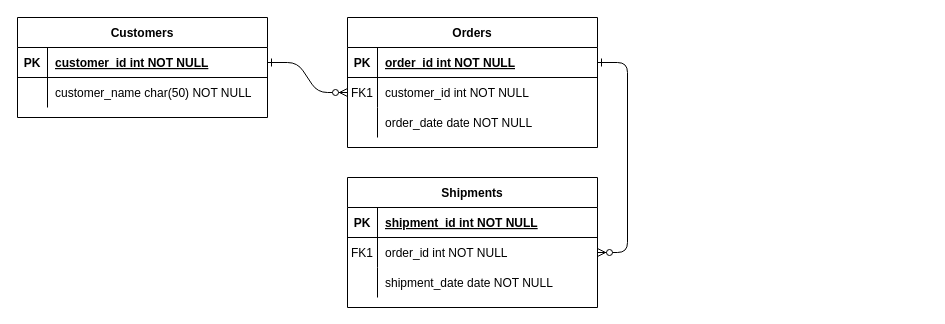
This is Diagrama sem nome.drawio from Filipe-Bacof/diagramas, a draw.io file, before an edit. Source tidied: cells renumbered, new cells numbered last; positions are measured from the earlier drawing's top-left corner, leaving out a move shared by most shapes. Both pictures are drawn from the tidied source at 100%, with x=0, y=0 at pixel (17, 17).
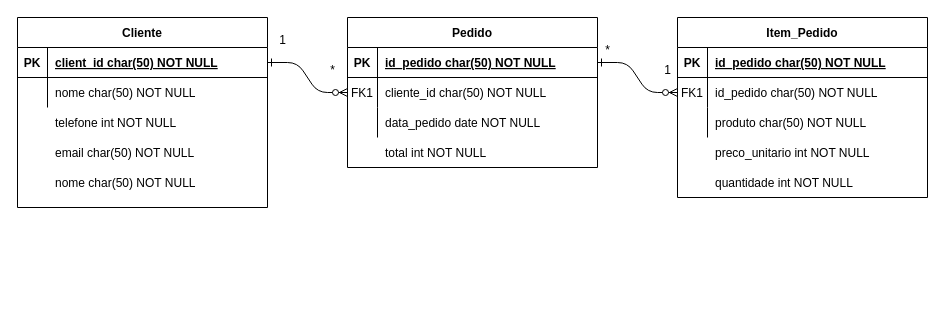
After the change.

The change refers to these unchanged cells:
```xml
<mxCell id="5" style="shape=partialRectangle;fillColor=none;points=[[0,0.5],[1,0.5]];portConstraint=eastwest;top=0;left=0;right=0;bottom=1;" parent="4" vertex="1">
  <mxGeometry y="30" width="250" height="30" as="geometry" />
</mxCell>
<mxCell id="8" style="shape=partialRectangle;fillColor=none;points=[[0,0.5],[1,0.5]];portConstraint=eastwest;top=0;left=0;right=0;bottom=0;" parent="4" vertex="1">
  <mxGeometry y="60" width="250" height="30" as="geometry" />
</mxCell>
<mxCell id="11" style="shape=partialRectangle;fillColor=none;top=0;left=0;right=0;bottom=0;" parent="4" vertex="1">
  <mxGeometry y="90" width="250" height="30" as="geometry" />
</mxCell>
<mxCell id="15" style="shape=partialRectangle;fillColor=none;top=0;left=0;right=0;bottom=1;" parent="14" vertex="1">
  <mxGeometry y="30" width="250" height="30" as="geometry" />
</mxCell>
<mxCell id="18" style="shape=partialRectangle;fillColor=none;points=[[0,0.5],[1,0.5]];portConstraint=eastwest;top=0;left=0;right=0;bottom=0;" parent="14" vertex="1">
  <mxGeometry y="60" width="250" height="30" as="geometry" />
</mxCell>
<mxCell id="21" style="shape=partialRectangle;fillColor=none;top=0;left=0;right=0;bottom=0;" parent="14" vertex="1">
  <mxGeometry y="90" width="250" height="30" as="geometry" />
</mxCell>
<mxCell id="25" style="shape=partialRectangle;fillColor=none;points=[[0,0.5],[1,0.5]];portConstraint=eastwest;top=0;left=0;right=0;bottom=1;" parent="24" vertex="1">
  <mxGeometry y="30" width="250" height="30" as="geometry" />
</mxCell>
<mxCell id="28" style="shape=partialRectangle;fillColor=none;top=0;left=0;right=0;bottom=0;" parent="24" vertex="1">
  <mxGeometry y="60" width="250" height="30" as="geometry" />
</mxCell>
```

Diff of the diagram source:
```diff
@@
-    <mxCell id="4" value="Orders" style="shape=table;startSize=30;childLayout=tableLayout;rowLines=0;fontStyle=1;align=center;" parent="1" vertex="1">
-      <mxGeometry x="330" width="250" height="130" as="geometry" />
+    <mxCell id="4" value="Pedido" style="shape=table;startSize=30;childLayout=tableLayout;rowLines=0;fontStyle=1;align=center;" parent="1" vertex="1">
+      <mxGeometry x="330" width="250" height="150" as="geometry" />
     </mxCell>
@@
-    <mxCell id="7" value="order_id int NOT NULL " style="shape=partialRectangle;overflow=hidden;fillColor=none;top=0;left=0;bottom=0;right=0;align=left;spacingLeft=6;fontStyle=5;" parent="5" vertex="1">
+    <mxCell id="7" value="id_pedido char(50) NOT NULL " style="shape=partialRectangle;overflow=hidden;fillColor=none;top=0;left=0;bottom=0;right=0;align=left;spacingLeft=6;fontStyle=5;" parent="5" vertex="1">
       <mxGeometry x="30" width="220" height="30" as="geometry" />
     </mxCell>
@@
-    <mxCell id="10" value="customer_id int NOT NULL" style="shape=partialRectangle;overflow=hidden;fillColor=none;top=0;left=0;bottom=0;right=0;align=left;spacingLeft=6;" parent="8" vertex="1">
+    <mxCell id="10" value="cliente_id char(50) NOT NULL" style="shape=partialRectangle;overflow=hidden;fillColor=none;top=0;left=0;bottom=0;right=0;align=left;spacingLeft=6;" parent="8" vertex="1">
       <mxGeometry x="30" width="220" height="30" as="geometry" />
     </mxCell>
@@
-    <mxCell id="13" value="order_date date NOT NULL" style="shape=partialRectangle;overflow=hidden;fillColor=none;top=0;left=0;bottom=0;right=0;align=left;spacingLeft=6;" parent="11" vertex="1">
+    <mxCell id="13" value="data_pedido date NOT NULL" style="shape=partialRectangle;overflow=hidden;fillColor=none;top=0;left=0;bottom=0;right=0;align=left;spacingLeft=6;" parent="11" vertex="1">
       <mxGeometry x="30" width="220" height="30" as="geometry" />
     </mxCell>
-    <mxCell id="14" value="Shipments" style="shape=table;startSize=30;childLayout=tableLayout;rowLines=0;fontStyle=1;align=center;" parent="1" vertex="1">
-      <mxGeometry x="330" y="160" width="250" height="130" as="geometry" />
+    <mxCell id="14" value="Item_Pedido" style="shape=table;startSize=30;childLayout=tableLayout;rowLines=0;fontStyle=1;align=center;" parent="1" vertex="1">
+      <mxGeometry x="660" width="250" height="180" as="geometry" />
     </mxCell>
@@
-    <mxCell id="17" value="shipment_id int NOT NULL " style="shape=partialRectangle;overflow=hidden;fillColor=none;top=0;left=0;bottom=0;right=0;align=left;spacingLeft=6;fontStyle=5;" parent="15" vertex="1">
+    <mxCell id="17" value="id_pedido char(50) NOT NULL " style="shape=partialRectangle;overflow=hidden;fillColor=none;top=0;left=0;bottom=0;right=0;align=left;spacingLeft=6;fontStyle=5;" parent="15" vertex="1">
       <mxGeometry x="30" width="220" height="30" as="geometry" />
     </mxCell>
@@
-    <mxCell id="20" value="order_id int NOT NULL" style="shape=partialRectangle;overflow=hidden;fillColor=none;top=0;left=0;bottom=0;right=0;align=left;spacingLeft=6;" parent="18" vertex="1">
+    <mxCell id="20" value="id_pedido char(50) NOT NULL" style="shape=partialRectangle;overflow=hidden;fillColor=none;top=0;left=0;bottom=0;right=0;align=left;spacingLeft=6;" parent="18" vertex="1">
       <mxGeometry x="30" width="220" height="30" as="geometry" />
     </mxCell>
@@
-    <mxCell id="23" value="shipment_date date NOT NULL" style="shape=partialRectangle;overflow=hidden;fillColor=none;top=0;left=0;bottom=0;right=0;align=left;spacingLeft=6;" parent="21" vertex="1">
+    <mxCell id="23" value="produto char(50) NOT NULL" style="shape=partialRectangle;overflow=hidden;fillColor=none;top=0;left=0;bottom=0;right=0;align=left;spacingLeft=6;" parent="21" vertex="1">
       <mxGeometry x="30" width="220" height="30" as="geometry" />
     </mxCell>
-    <mxCell id="24" value="Customers" style="shape=table;startSize=30;childLayout=tableLayout;rowLines=0;fontStyle=1;align=center;" parent="1" vertex="1">
-      <mxGeometry width="250" height="100" as="geometry" />
+    <mxCell id="24" value="Cliente" style="shape=table;startSize=30;childLayout=tableLayout;rowLines=0;fontStyle=1;align=center;" parent="1" vertex="1">
+      <mxGeometry width="250" height="190" as="geometry" />
     </mxCell>
@@
-    <mxCell id="27" value="customer_id int NOT NULL " style="shape=partialRectangle;overflow=hidden;fillColor=none;top=0;left=0;bottom=0;right=0;align=left;spacingLeft=6;fontStyle=5;" parent="25" vertex="1">
+    <mxCell id="27" value="client_id char(50) NOT NULL " style="shape=partialRectangle;overflow=hidden;fillColor=none;top=0;left=0;bottom=0;right=0;align=left;spacingLeft=6;fontStyle=5;" parent="25" vertex="1">
       <mxGeometry x="30" width="220" height="30" as="geometry" />
     </mxCell>
@@
-    <mxCell id="30" value="customer_name char(50) NOT NULL" style="shape=partialRectangle;overflow=hidden;fillColor=none;top=0;left=0;bottom=0;right=0;align=left;spacingLeft=6;" parent="28" vertex="1">
+    <mxCell id="30" value="nome char(50) NOT NULL" style="shape=partialRectangle;overflow=hidden;fillColor=none;top=0;left=0;bottom=0;right=0;align=left;spacingLeft=6;" parent="28" vertex="1">
       <mxGeometry x="30" width="220" height="30" as="geometry" />
     </mxCell>
+    <mxCell id="31" value="email char(50) NOT NULL" style="shape=partialRectangle;overflow=hidden;fillColor=none;top=0;left=0;bottom=0;right=0;align=left;spacingLeft=6;" parent="1" vertex="1">
+      <mxGeometry x="30" y="120" width="220" height="30" as="geometry" />
+    </mxCell>
+    <mxCell id="32" value="telefone int NOT NULL" style="shape=partialRectangle;overflow=hidden;fillColor=none;top=0;left=0;bottom=0;right=0;align=left;spacingLeft=6;" parent="1" vertex="1">
+      <mxGeometry x="30" y="90" width="220" height="30" as="geometry" />
+    </mxCell>
+    <mxCell id="33" value="nome char(50) NOT NULL" style="shape=partialRectangle;overflow=hidden;fillColor=none;top=0;left=0;bottom=0;right=0;align=left;spacingLeft=6;" parent="1" vertex="1">
+      <mxGeometry x="30" y="150" width="220" height="30" as="geometry" />
+    </mxCell>
+    <mxCell id="34" value="1" style="text;html=1;align=center;verticalAlign=middle;strokeColor=none;fillColor=none;" parent="1" vertex="1">
+      <mxGeometry x="250" y="8" width="30" height="30" as="geometry" />
+    </mxCell>
+    <mxCell id="35" value="*" style="text;html=1;align=center;verticalAlign=middle;strokeColor=none;fillColor=none;" parent="1" vertex="1">
+      <mxGeometry x="300" y="38" width="30" height="30" as="geometry" />
+    </mxCell>
+    <mxCell id="36" style="shape=partialRectangle;fillColor=none;top=0;left=0;right=0;bottom=0;" parent="1" vertex="1">
+      <mxGeometry x="330" y="120" width="250" height="30" as="geometry" />
+    </mxCell>
+    <mxCell id="37" style="shape=partialRectangle;overflow=hidden;fillColor=none;top=0;left=0;bottom=0;right=0;" parent="36" vertex="1">
+      <mxGeometry width="30" height="30" as="geometry" />
+    </mxCell>
+    <mxCell id="38" value="total int NOT NULL" style="shape=partialRectangle;overflow=hidden;fillColor=none;top=0;left=0;bottom=0;right=0;align=left;spacingLeft=6;" parent="36" vertex="1">
+      <mxGeometry x="30" width="220" height="30" as="geometry" />
+    </mxCell>
+    <mxCell id="39" value="*" style="text;html=1;align=center;verticalAlign=middle;strokeColor=none;fillColor=none;" parent="1" vertex="1">
+      <mxGeometry x="575" y="18" width="30" height="30" as="geometry" />
+    </mxCell>
+    <mxCell id="40" value="1" style="text;html=1;align=center;verticalAlign=middle;strokeColor=none;fillColor=none;" parent="1" vertex="1">
+      <mxGeometry x="635" y="38" width="30" height="30" as="geometry" />
+    </mxCell>
+    <mxCell id="41" value="preco_unitario int NOT NULL" style="shape=partialRectangle;overflow=hidden;fillColor=none;top=0;left=0;bottom=0;right=0;align=left;spacingLeft=6;" parent="1" vertex="1">
+      <mxGeometry x="690" y="120" width="220" height="30" as="geometry" />
+    </mxCell>
+    <mxCell id="42" value="quantidade int NOT NULL" style="shape=partialRectangle;overflow=hidden;fillColor=none;top=0;left=0;bottom=0;right=0;align=left;spacingLeft=6;" parent="1" vertex="1">
+      <mxGeometry x="690" y="150" width="220" height="30" as="geometry" />
+    </mxCell>
```
